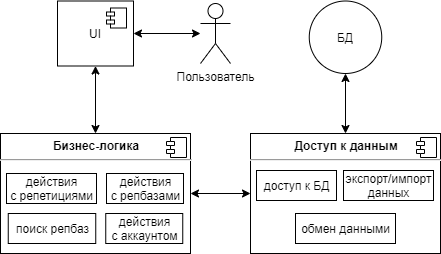
Earlier version of the draw.io export diagrams/Components.png (aavortep/SWD). Source tidied: cells renumbered, new cells last; positions are measured from the earlier drawing's top-left corner, leaving out a move shared by most shapes. Source of this version:
```xml
<mxGraphModel>
  <root>
    <mxCell id="0" />
    <mxCell id="1" parent="0" />
    <mxCell id="2" value="&lt;span style=&quot;font-size: 12px&quot;&gt;UI&lt;/span&gt;" style="html=1;fontSize=12;whiteSpace=wrap;" parent="1" vertex="1">
      <mxGeometry x="57" y="-0.5" width="76" height="65" as="geometry" />
    </mxCell>
    <mxCell id="3" style="shape=module;jettyWidth=8;jettyHeight=4;" parent="2" vertex="1">
      <mxGeometry x="1" width="20" height="20" relative="1" as="geometry">
        <mxPoint x="-27" y="7" as="offset" />
      </mxGeometry>
    </mxCell>
    <mxCell id="4" value="БД" style="ellipse;fillColor=#ffffff;strokeColor=#000000;fontSize=12;" parent="1" vertex="1">
      <mxGeometry x="308.8" y="-0.5" width="72.5" height="72.5" as="geometry" />
    </mxCell>
    <mxCell id="5" value="Пользователь" style="shape=umlActor;verticalLabelPosition=bottom;verticalAlign=top;html=1;" parent="1" vertex="1">
      <mxGeometry x="200" y="2" width="30" height="60" as="geometry" />
    </mxCell>
    <mxCell id="6" value="&lt;p style=&quot;margin: 0px ; margin-top: 6px ; text-align: center&quot;&gt;&lt;b&gt;Бизнес-логика&lt;/b&gt;&lt;/p&gt;&lt;hr&gt;&lt;p style=&quot;margin: 0px ; margin-left: 8px&quot;&gt;&lt;br&gt;&lt;/p&gt;" style="align=left;overflow=fill;html=1;" parent="1" vertex="1">
      <mxGeometry y="132" width="190" height="120" as="geometry" />
    </mxCell>
    <mxCell id="7" style="shape=component;jettyWidth=8;jettyHeight=4;" parent="6" vertex="1">
      <mxGeometry x="1" width="20" height="20" relative="1" as="geometry">
        <mxPoint x="-24" y="4" as="offset" />
      </mxGeometry>
    </mxCell>
    <mxCell id="8" value="действия&lt;br&gt;с репетициями" style="html=1;" parent="1" vertex="1">
      <mxGeometry x="6" y="172" width="90" height="30" as="geometry" />
    </mxCell>
    <mxCell id="9" style="endArrow=classic;startArrow=classic;html=1;exitX=0.5;exitY=0;exitDx=0;exitDy=0;entryX=0.5;entryY=1;entryDx=0;entryDy=0;" parent="1" edge="1" source="6" target="2">
      <mxGeometry relative="1" as="geometry" />
    </mxCell>
    <mxCell id="10" style="endArrow=classic;startArrow=classic;html=1;exitX=1;exitY=0.5;exitDx=0;exitDy=0;entryX=0;entryY=0.5;entryDx=0;entryDy=0;" parent="1" edge="1" source="6">
      <mxGeometry relative="1" as="geometry">
        <mxPoint x="250" y="192" as="targetPoint" />
      </mxGeometry>
    </mxCell>
    <mxCell id="11" style="endArrow=classic;startArrow=classic;html=1;exitX=0.5;exitY=0;exitDx=0;exitDy=0;entryX=0.5;entryY=1;entryDx=0;entryDy=0;" parent="1" edge="1" source="15" target="4">
      <mxGeometry relative="1" as="geometry" />
    </mxCell>
    <mxCell id="12" value="действия&lt;br&gt;с репбазами" style="html=1;" parent="1" vertex="1">
      <mxGeometry x="106" y="172" width="77" height="30" as="geometry" />
    </mxCell>
    <mxCell id="13" value="действия&lt;br&gt;с аккаунтом" style="html=1;" parent="1" vertex="1">
      <mxGeometry x="105.2" y="212" width="77" height="30" as="geometry" />
    </mxCell>
    <mxCell id="14" value="поиск репбаз" style="html=1;" parent="1" vertex="1">
      <mxGeometry x="7.8" y="212" width="87.5" height="30" as="geometry" />
    </mxCell>
    <mxCell id="15" value="&lt;p style=&quot;margin: 0px ; margin-top: 6px ; text-align: center&quot;&gt;&lt;b&gt;Доступ к данным&lt;/b&gt;&lt;/p&gt;&lt;hr&gt;&lt;p style=&quot;margin: 0px ; margin-left: 8px&quot;&gt;&lt;br&gt;&lt;/p&gt;" style="align=left;overflow=fill;html=1;" parent="1" vertex="1">
      <mxGeometry x="250" y="132" width="190" height="120" as="geometry" />
    </mxCell>
    <mxCell id="16" style="shape=component;jettyWidth=8;jettyHeight=4;" parent="15" vertex="1">
      <mxGeometry x="1" width="20" height="20" relative="1" as="geometry">
        <mxPoint x="-24" y="4" as="offset" />
      </mxGeometry>
    </mxCell>
    <mxCell id="17" value="доступ к БД" style="html=1;" parent="1" vertex="1">
      <mxGeometry x="256" y="169" width="80" height="30" as="geometry" />
    </mxCell>
    <mxCell id="18" value="экспорт/импорт&lt;br&gt;данных" style="html=1;" parent="1" vertex="1">
      <mxGeometry x="343" y="169" width="90" height="30" as="geometry" />
    </mxCell>
    <mxCell id="19" value="обмен данными" style="html=1;" parent="1" vertex="1">
      <mxGeometry x="295" y="212" width="100" height="30" as="geometry" />
    </mxCell>
    <mxCell id="20" style="endArrow=classic;startArrow=classic;html=1;exitX=1;exitY=0.5;exitDx=0;exitDy=0;" parent="1" edge="1" source="2" target="5">
      <mxGeometry relative="1" as="geometry" />
    </mxCell>
  </root>
</mxGraphModel>
```
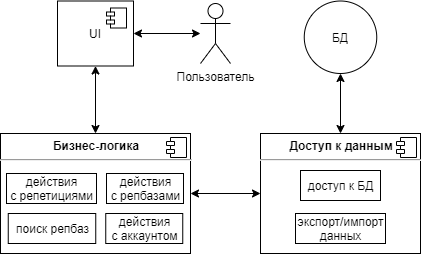
After the commit.

Diff of the diagram source:
```diff
@@ -11,7 +11,7 @@
       </mxGeometry>
     </mxCell>
     <mxCell id="4" value="БД" style="ellipse;fillColor=#ffffff;strokeColor=#000000;fontSize=12;" parent="1" vertex="1">
-      <mxGeometry x="308.8" y="-0.5" width="72.5" height="72.5" as="geometry" />
+      <mxGeometry x="303.8" y="-0.5" width="72.5" height="72.5" as="geometry" />
     </mxCell>
     <mxCell id="5" value="Пользователь" style="shape=umlActor;verticalLabelPosition=bottom;verticalAlign=top;html=1;" parent="1" vertex="1">
       <mxGeometry x="200" y="2" width="30" height="60" as="geometry" />
@@ -30,10 +30,8 @@
     <mxCell id="9" style="endArrow=classic;startArrow=classic;html=1;exitX=0.5;exitY=0;exitDx=0;exitDy=0;entryX=0.5;entryY=1;entryDx=0;entryDy=0;" parent="1" edge="1" source="6" target="2">
       <mxGeometry relative="1" as="geometry" />
     </mxCell>
-    <mxCell id="10" style="endArrow=classic;startArrow=classic;html=1;exitX=1;exitY=0.5;exitDx=0;exitDy=0;entryX=0;entryY=0.5;entryDx=0;entryDy=0;" parent="1" edge="1" source="6">
-      <mxGeometry relative="1" as="geometry">
-        <mxPoint x="250" y="192" as="targetPoint" />
-      </mxGeometry>
+    <mxCell id="10" style="endArrow=classic;startArrow=classic;html=1;exitX=1;exitY=0.5;exitDx=0;exitDy=0;entryX=0;entryY=0.5;entryDx=0;entryDy=0;" parent="1" edge="1" source="6" target="15">
+      <mxGeometry relative="1" as="geometry" />
     </mxCell>
     <mxCell id="11" style="endArrow=classic;startArrow=classic;html=1;exitX=0.5;exitY=0;exitDx=0;exitDy=0;entryX=0.5;entryY=1;entryDx=0;entryDy=0;" parent="1" edge="1" source="15" target="4">
       <mxGeometry relative="1" as="geometry" />
@@ -48,7 +46,7 @@
       <mxGeometry x="7.8" y="212" width="87.5" height="30" as="geometry" />
     </mxCell>
     <mxCell id="15" value="&lt;p style=&quot;margin: 0px ; margin-top: 6px ; text-align: center&quot;&gt;&lt;b&gt;Доступ к данным&lt;/b&gt;&lt;/p&gt;&lt;hr&gt;&lt;p style=&quot;margin: 0px ; margin-left: 8px&quot;&gt;&lt;br&gt;&lt;/p&gt;" style="align=left;overflow=fill;html=1;" parent="1" vertex="1">
-      <mxGeometry x="250" y="132" width="190" height="120" as="geometry" />
+      <mxGeometry x="260" y="132" width="160" height="120" as="geometry" />
     </mxCell>
     <mxCell id="16" style="shape=component;jettyWidth=8;jettyHeight=4;" parent="15" vertex="1">
       <mxGeometry x="1" width="20" height="20" relative="1" as="geometry">
@@ -56,14 +54,11 @@
       </mxGeometry>
     </mxCell>
     <mxCell id="17" value="доступ к БД" style="html=1;" parent="1" vertex="1">
-      <mxGeometry x="256" y="169" width="80" height="30" as="geometry" />
+      <mxGeometry x="300" y="169" width="80" height="30" as="geometry" />
     </mxCell>
     <mxCell id="18" value="экспорт/импорт&lt;br&gt;данных" style="html=1;" parent="1" vertex="1">
-      <mxGeometry x="343" y="169" width="90" height="30" as="geometry" />
+      <mxGeometry x="295" y="212" width="90" height="30" as="geometry" />
     </mxCell>
-    <mxCell id="19" value="обмен данными" style="html=1;" parent="1" vertex="1">
-      <mxGeometry x="295" y="212" width="100" height="30" as="geometry" />
-    </mxCell>
     <mxCell id="20" style="endArrow=classic;startArrow=classic;html=1;exitX=1;exitY=0.5;exitDx=0;exitDy=0;" parent="1" edge="1" source="2" target="5">
       <mxGeometry relative="1" as="geometry" />
     </mxCell>
```
